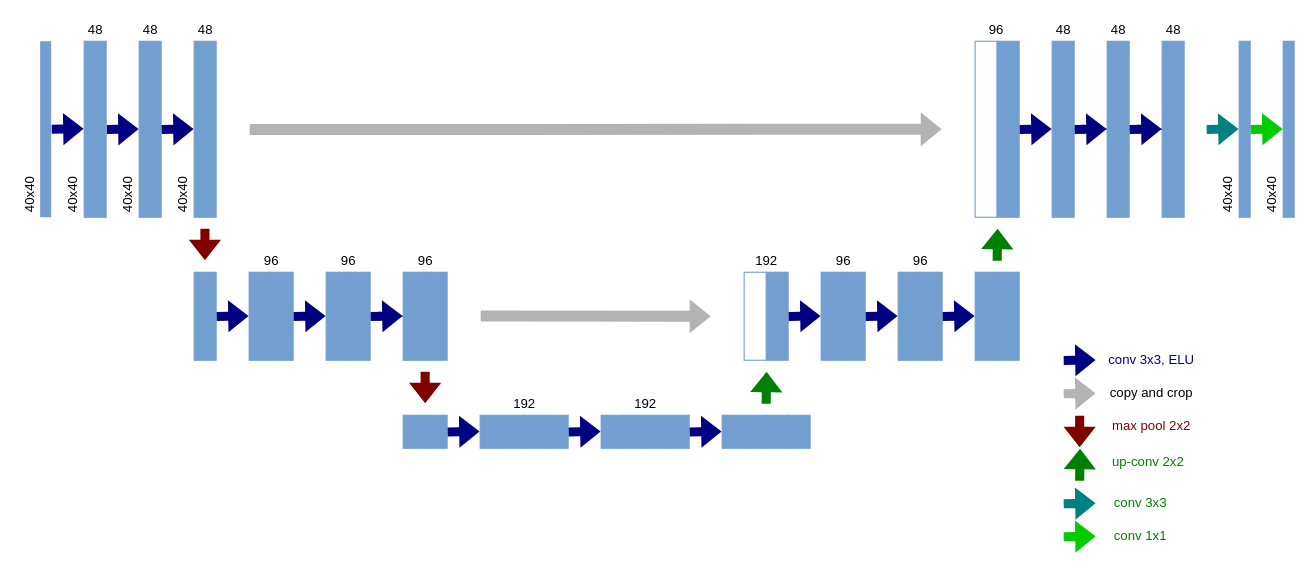
tsuijenk/PlotNeuralNet keeps this draw.io diagram as robofish/Untitled Diagram.drawio. Above is the earlier version. Source tidied: cells renumbered, new cells numbered last; positions are measured from the earlier drawing's top-left corner, leaving out a move shared by most shapes. Both pictures are drawn from the tidied source at 110%, with x=0, y=0 at pixel (2, 19).
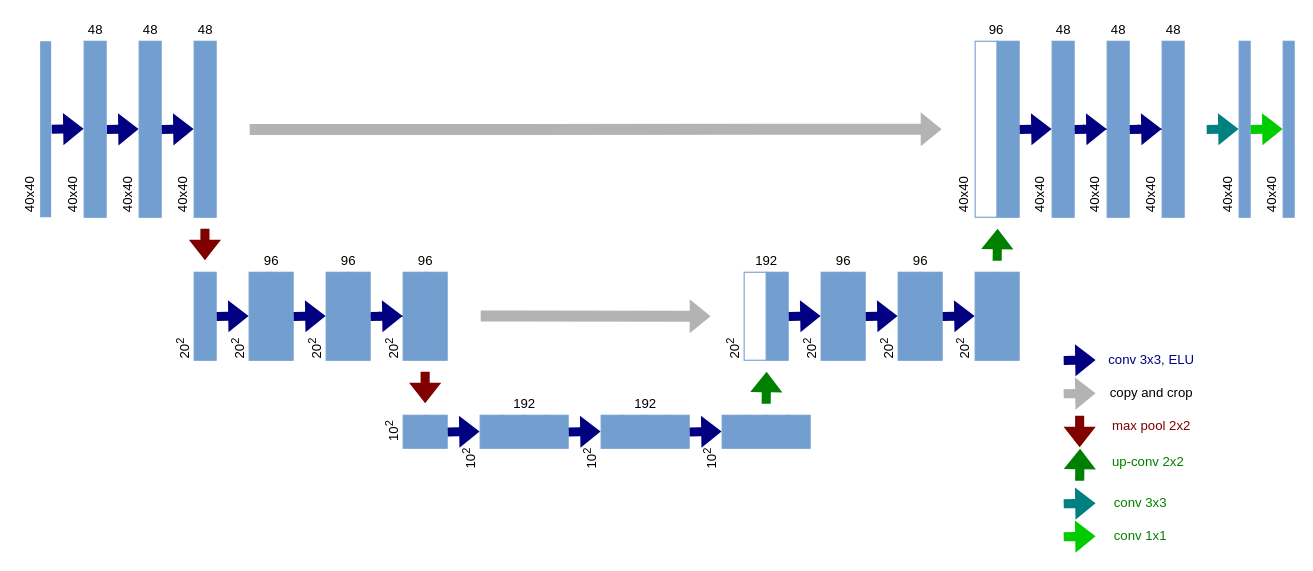
Above is the later version.

Commit message:
robofish unet

Diff of the diagram source:
```diff
@@
+    <mxCell id="101" value="20&lt;sup&gt;2&lt;/sup&gt;" style="text;html=1;align=center;verticalAlign=middle;strokeColor=none;fillColor=none;rotation=-90;" parent="1" vertex="1">
+      <mxGeometry x="149" y="290" width="30" height="20" as="geometry" />
+    </mxCell>
+    <mxCell id="102" value="20&lt;sup&gt;2&lt;/sup&gt;" style="text;html=1;align=center;verticalAlign=middle;strokeColor=none;fillColor=none;rotation=-90;" parent="1" vertex="1">
+      <mxGeometry x="199" y="290" width="30" height="20" as="geometry" />
+    </mxCell>
+    <mxCell id="103" value="20&lt;sup&gt;2&lt;/sup&gt;" style="text;html=1;align=center;verticalAlign=middle;strokeColor=none;fillColor=none;rotation=-90;" parent="1" vertex="1">
+      <mxGeometry x="269" y="290" width="30" height="20" as="geometry" />
+    </mxCell>
+    <mxCell id="104" value="20&lt;sup&gt;2&lt;/sup&gt;" style="text;html=1;align=center;verticalAlign=middle;strokeColor=none;fillColor=none;rotation=-90;" parent="1" vertex="1">
+      <mxGeometry x="339" y="290" width="30" height="20" as="geometry" />
+    </mxCell>
+    <mxCell id="105" value="10&lt;sup&gt;2&lt;/sup&gt;" style="text;html=1;align=center;verticalAlign=middle;strokeColor=none;fillColor=none;rotation=-90;" parent="1" vertex="1">
+      <mxGeometry x="339" y="365" width="30" height="20" as="geometry" />
+    </mxCell>
+    <mxCell id="106" value="10&lt;sup&gt;2&lt;/sup&gt;" style="text;html=1;align=center;verticalAlign=middle;strokeColor=none;fillColor=none;rotation=-90;" parent="1" vertex="1">
+      <mxGeometry x="409" y="390" width="30" height="20" as="geometry" />
+    </mxCell>
+    <mxCell id="107" value="10&lt;sup&gt;2&lt;/sup&gt;" style="text;html=1;align=center;verticalAlign=middle;strokeColor=none;fillColor=none;rotation=-90;" parent="1" vertex="1">
+      <mxGeometry x="519" y="390" width="30" height="20" as="geometry" />
+    </mxCell>
+    <mxCell id="108" value="10&lt;sup&gt;2&lt;/sup&gt;" style="text;html=1;align=center;verticalAlign=middle;strokeColor=none;fillColor=none;rotation=-90;" parent="1" vertex="1">
+      <mxGeometry x="628" y="390" width="30" height="20" as="geometry" />
+    </mxCell>
+    <mxCell id="109" value="20&lt;sup&gt;2&lt;/sup&gt;" style="text;html=1;align=center;verticalAlign=middle;strokeColor=none;fillColor=none;rotation=-90;" parent="1" vertex="1">
+      <mxGeometry x="649" y="290" width="30" height="20" as="geometry" />
+    </mxCell>
+    <mxCell id="110" value="20&lt;sup&gt;2&lt;/sup&gt;" style="text;html=1;align=center;verticalAlign=middle;strokeColor=none;fillColor=none;rotation=-90;" parent="1" vertex="1">
+      <mxGeometry x="719" y="290" width="30" height="20" as="geometry" />
+    </mxCell>
+    <mxCell id="111" value="20&lt;sup&gt;2&lt;/sup&gt;" style="text;html=1;align=center;verticalAlign=middle;strokeColor=none;fillColor=none;rotation=-90;" parent="1" vertex="1">
+      <mxGeometry x="789" y="290" width="30" height="20" as="geometry" />
+    </mxCell>
+    <mxCell id="112" value="20&lt;sup&gt;2&lt;/sup&gt;" style="text;html=1;align=center;verticalAlign=middle;strokeColor=none;fillColor=none;rotation=-90;" parent="1" vertex="1">
+      <mxGeometry x="858" y="290" width="30" height="20" as="geometry" />
+    </mxCell>
+    <mxCell id="113" value="40x40" style="text;html=1;align=center;verticalAlign=middle;strokeColor=none;fillColor=none;rotation=-90;" parent="1" vertex="1">
+      <mxGeometry x="849" y="150" width="50" height="20" as="geometry" />
+    </mxCell>
+    <mxCell id="114" value="40x40" style="text;html=1;align=center;verticalAlign=middle;strokeColor=none;fillColor=none;rotation=-90;" parent="1" vertex="1">
+      <mxGeometry x="918" y="150" width="50" height="20" as="geometry" />
+    </mxCell>
+    <mxCell id="115" value="40x40" style="text;html=1;align=center;verticalAlign=middle;strokeColor=none;fillColor=none;rotation=-90;" parent="1" vertex="1">
+      <mxGeometry x="968" y="150" width="50" height="20" as="geometry" />
+    </mxCell>
+    <mxCell id="116" value="40x40" style="text;html=1;align=center;verticalAlign=middle;strokeColor=none;fillColor=none;rotation=-90;" parent="1" vertex="1">
+      <mxGeometry x="1019" y="150" width="50" height="20" as="geometry" />
+    </mxCell>
```
